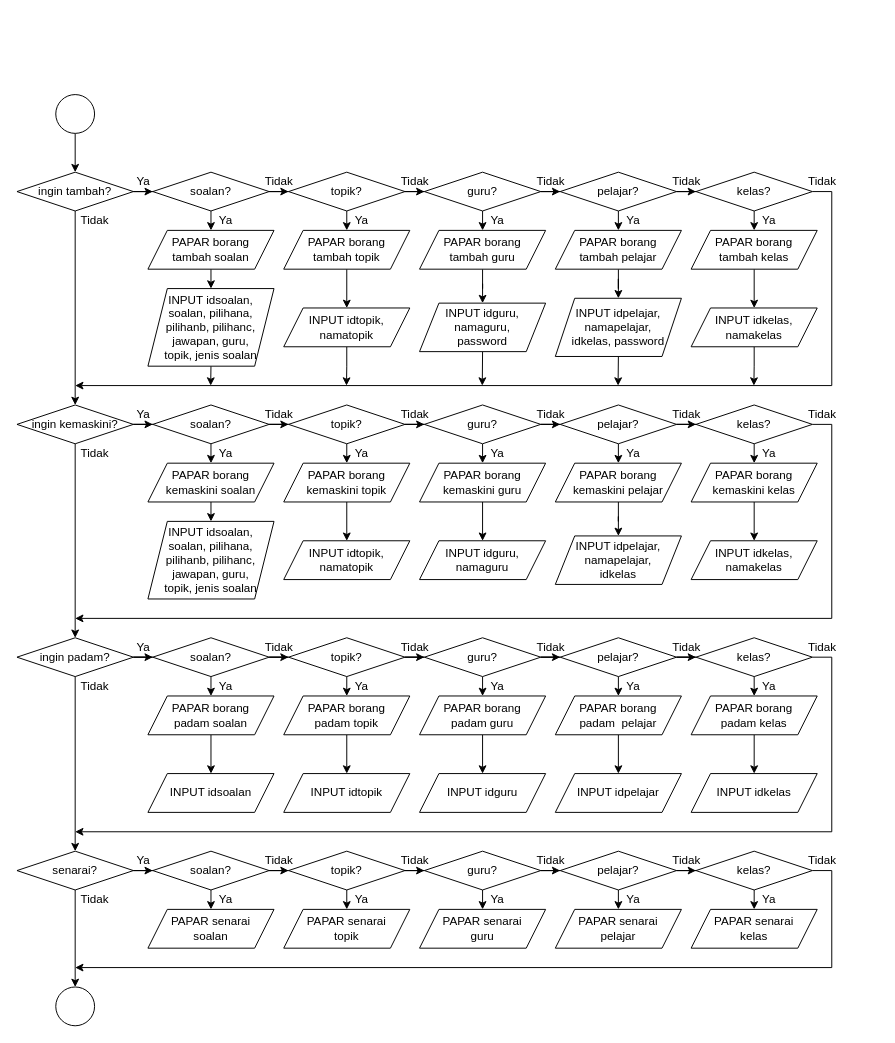
The draw.io diagram graphs/guru operations part 2.drawio in halouthere233/skkerjakursus2021private, before the edit. Source tidied: cells renumbered, new cells numbered last; positions are measured from the earlier drawing's top-left corner, leaving out a move shared by most shapes. Both pictures are drawn from the tidied source at 97%, with x=0, y=0 at pixel (16, 94).
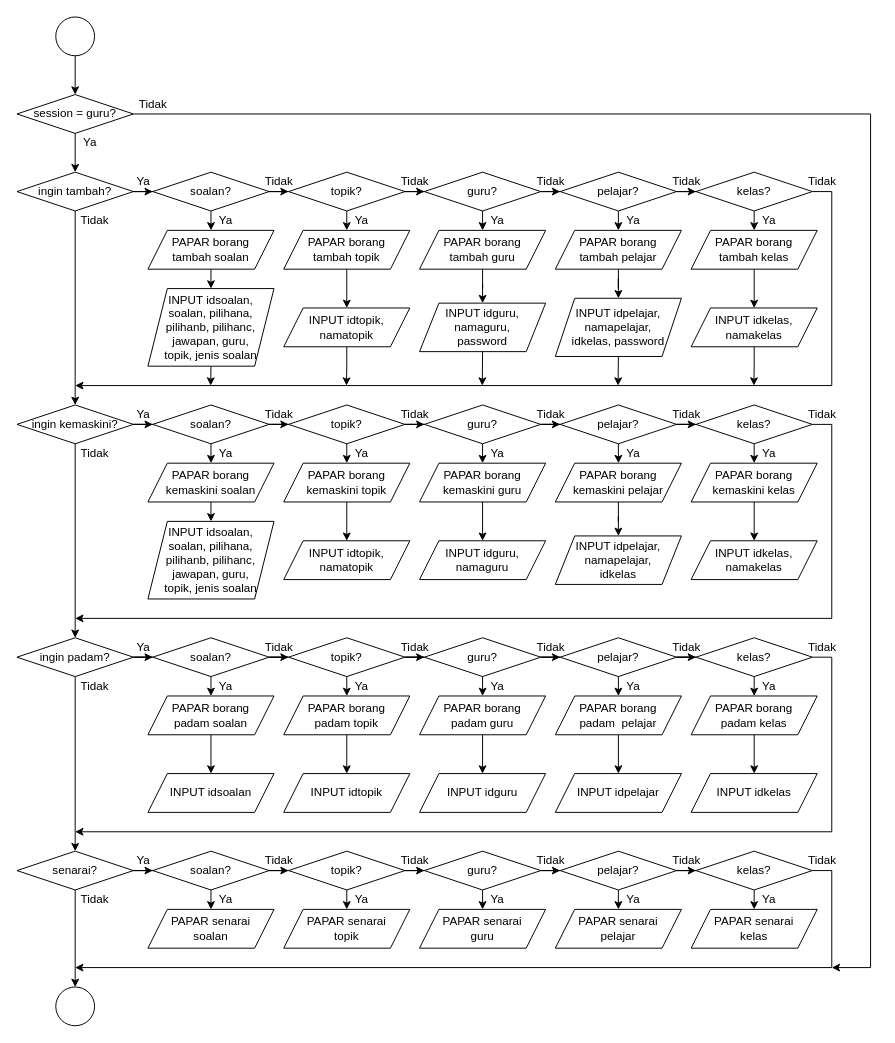
Above is the later version.

Unchanged cells that the change refers to:
```xml
<mxCell id="6" value="ingin tambah?" style="rhombus;whiteSpace=wrap;html=1;" parent="1" vertex="1">
  <mxGeometry y="80" width="120" height="40" as="geometry" />
</mxCell>
```

The edit, as a diff of the source:
```diff
@@
-    <mxCell id="2" style="edgeStyle=orthogonalEdgeStyle;rounded=0;jettySize=auto;html=1;" parent="1" edge="1" source="3" target="6">
-      <mxGeometry relative="1" as="geometry" />
-    </mxCell>
+    <mxCell id="180" style="edgeStyle=orthogonalEdgeStyle;rounded=0;jettySize=auto;html=1;" parent="1" edge="1" source="3" target="183">
+      <mxGeometry relative="1" as="geometry" />
+    </mxCell>
     <mxCell id="3" style="ellipse;whiteSpace=wrap;html=1;" parent="1" vertex="1">
-      <mxGeometry x="40" width="40" height="40" as="geometry" />
+      <mxGeometry x="40" y="-80" width="40" height="40" as="geometry" />
     </mxCell>
@@
+    <mxCell id="181" style="edgeStyle=orthogonalEdgeStyle;rounded=0;jettySize=auto;html=1;exitX=0.5;exitY=1;exitDx=0;exitDy=0;entryX=0.5;entryY=0;entryDx=0;entryDy=0;" parent="1" edge="1" source="183" target="6">
+      <mxGeometry relative="1" as="geometry" />
+    </mxCell>
+    <mxCell id="182" style="edgeStyle=orthogonalEdgeStyle;rounded=0;jettySize=auto;html=1;exitX=1;exitY=0.5;exitDx=0;exitDy=0;" parent="1" edge="1" source="183">
+      <mxGeometry relative="1" as="geometry">
+        <mxPoint x="840" y="900" as="targetPoint" />
+        <Array as="points">
+          <mxPoint x="880" y="20" />
+          <mxPoint x="880" y="900" />
+        </Array>
+      </mxGeometry>
+    </mxCell>
+    <mxCell id="183" value="session = guru?" style="rhombus;whiteSpace=wrap;html=1;" parent="1" vertex="1">
+      <mxGeometry width="120" height="40" as="geometry" />
+    </mxCell>
+    <mxCell id="184" value="Ya" style="text;html=1;align=center;verticalAlign=middle;strokeColor=none;fillColor=none;" parent="1" vertex="1">
+      <mxGeometry x="60" y="40" width="30" height="20" as="geometry" />
+    </mxCell>
+    <mxCell id="185" value="Tidak" style="text;html=1;align=center;verticalAlign=middle;strokeColor=none;fillColor=none;" parent="1" vertex="1">
+      <mxGeometry x="120" width="40" height="20" as="geometry" />
+    </mxCell>
```
